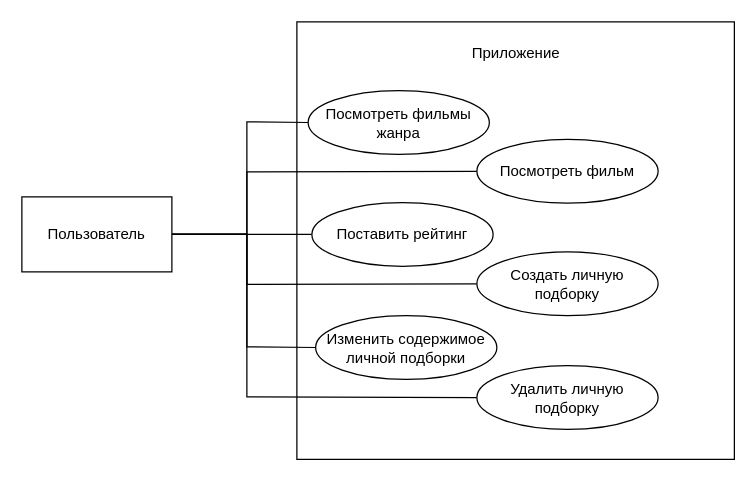
The draw.io diagram lab01/diagrams/usecase.drawio in kalashkovpaul/bmstu-sd, before the edit. Source tidied: cells renumbered, new cells numbered last; positions are measured from the earlier drawing's top-left corner, leaving out a move shared by most shapes. Both pictures are drawn from the tidied source at 125%, with x=0, y=0 at pixel (21, 21).
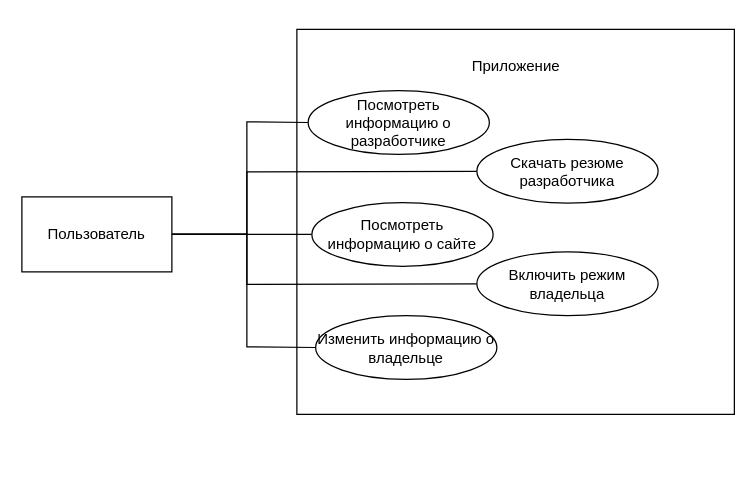
Above is the later version.

The change refers to these unchanged cells:
```xml
<mxCell id="10" value="Пользователь" style="whiteSpace=wrap;html=1;" parent="1" vertex="1">
  <mxGeometry y="140" width="120" height="60" as="geometry" />
</mxCell>
```

What changed in the source:
```diff
@@
     <mxCell id="2" style="whiteSpace=wrap;html=1;" parent="1" vertex="1">
-      <mxGeometry x="220" width="350" height="350" as="geometry" />
+      <mxGeometry x="220" y="6" width="350" height="308" as="geometry" />
     </mxCell>
     <mxCell id="3" value="Приложение" style="text;html=1;align=center;verticalAlign=middle;strokeColor=none;fillColor=none;" parent="1" vertex="1">
-      <mxGeometry x="345" y="10" width="100" height="30" as="geometry" />
+      <mxGeometry x="345" y="21" width="100" height="30" as="geometry" />
     </mxCell>
@@
-    <mxCell id="9" style="edgeStyle=none;rounded=0;html=1;exitX=1;exitY=0.5;exitDx=0;exitDy=0;entryX=0;entryY=0.5;entryDx=0;entryDy=0;endArrow=none;endFill=0;" parent="1" edge="1" source="10" target="16">
-      <mxGeometry relative="1" as="geometry">
-        <Array as="points">
-          <mxPoint x="180" y="170" />
-          <mxPoint x="180" y="300" />
-        </Array>
-      </mxGeometry>
-    </mxCell>
@@
-    <mxCell id="11" value="Посмотреть фильмы жанра" style="ellipse;whiteSpace=wrap;html=1;" parent="1" vertex="1">
+    <mxCell id="11" value="Посмотреть информацию о разработчике" style="ellipse;whiteSpace=wrap;html=1;" parent="1" vertex="1">
       <mxGeometry x="229" y="55" width="145" height="51" as="geometry" />
     </mxCell>
-    <mxCell id="12" value="Посмотреть фильм" style="ellipse;whiteSpace=wrap;html=1;" parent="1" vertex="1">
+    <mxCell id="12" value="Скачать резюме разработчика" style="ellipse;whiteSpace=wrap;html=1;" parent="1" vertex="1">
       <mxGeometry x="364" y="94" width="145" height="51" as="geometry" />
     </mxCell>
-    <mxCell id="13" value="Поставить рейтинг" style="ellipse;whiteSpace=wrap;html=1;" parent="1" vertex="1">
+    <mxCell id="13" value="Посмотреть информацию о сайте" style="ellipse;whiteSpace=wrap;html=1;" parent="1" vertex="1">
       <mxGeometry x="232" y="144.5" width="145" height="51" as="geometry" />
     </mxCell>
-    <mxCell id="14" value="Создать личную подборку" style="ellipse;whiteSpace=wrap;html=1;" parent="1" vertex="1">
+    <mxCell id="14" value="Включить режим владельца" style="ellipse;whiteSpace=wrap;html=1;" parent="1" vertex="1">
       <mxGeometry x="364" y="184" width="145" height="51" as="geometry" />
     </mxCell>
-    <mxCell id="15" value="Изменить содержимое личной подборки" style="ellipse;whiteSpace=wrap;html=1;" parent="1" vertex="1">
+    <mxCell id="15" value="Изменить информацию о владельце" style="ellipse;whiteSpace=wrap;html=1;" parent="1" vertex="1">
       <mxGeometry x="235" y="235" width="145" height="51" as="geometry" />
     </mxCell>
-    <mxCell id="16" value="Удалить личную подборку" style="ellipse;whiteSpace=wrap;html=1;" parent="1" vertex="1">
-      <mxGeometry x="364" y="275" width="145" height="51" as="geometry" />
-    </mxCell>
```
